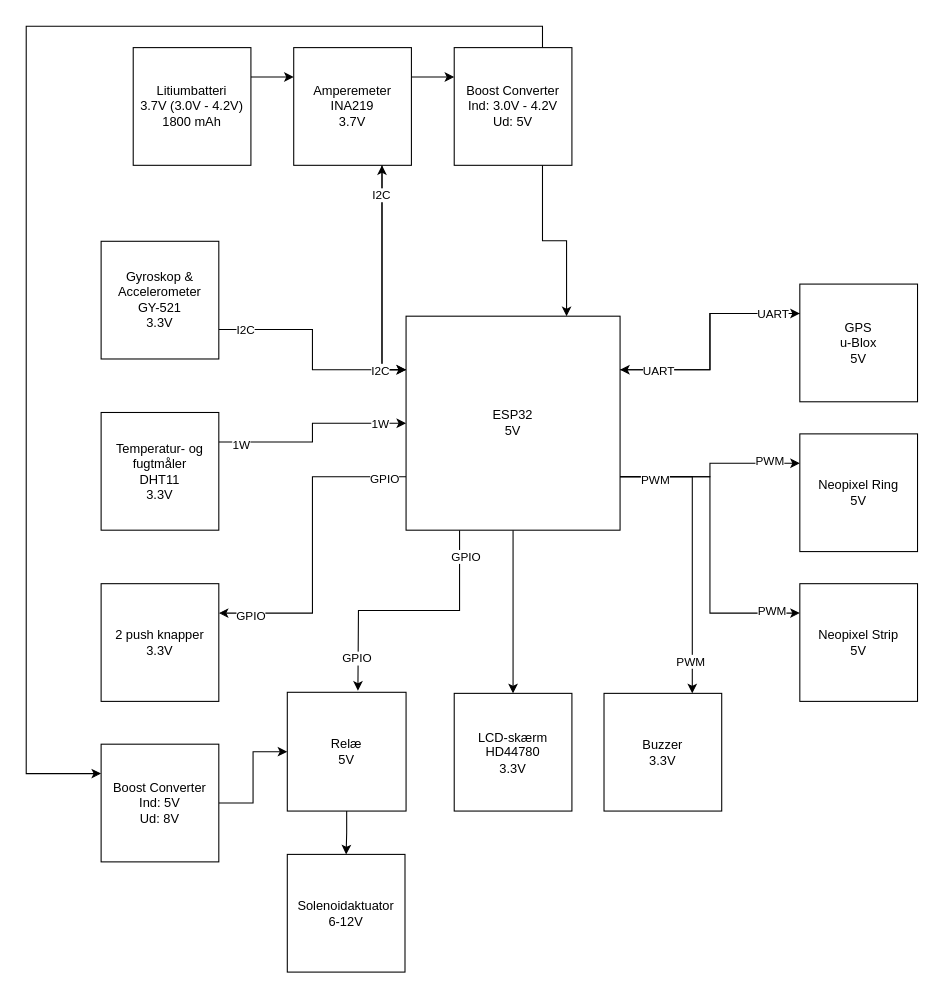
The draw.io diagram Blokdiagram/Blokdiagram.drawio in KEA-E24-B9-IOT1/E24-B9-IoT1, before the edit. Source tidied: cells renumbered, new cells numbered last; positions are measured from the earlier drawing's top-left corner, leaving out a move shared by most shapes. Both pictures are drawn from the tidied source at 107%, with x=0, y=0 at pixel (26, 26).
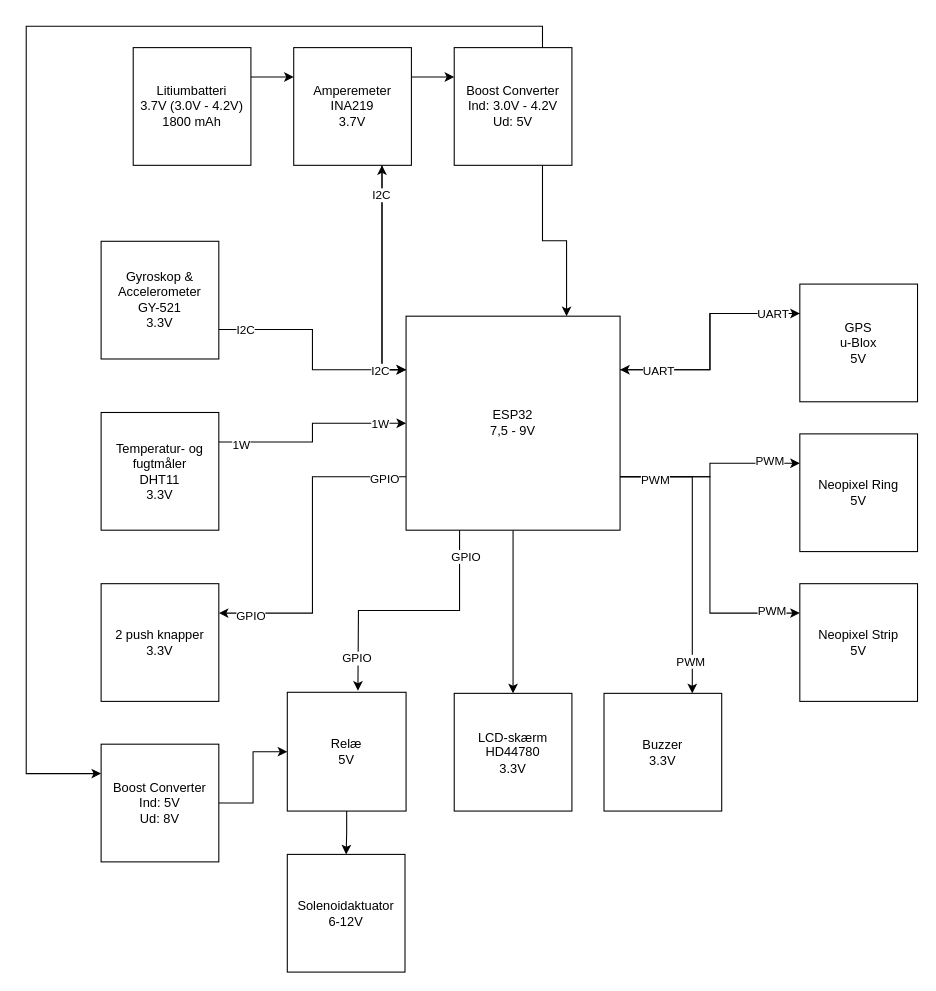
The same diagram, later.

Commit message:
Updated ESP32 voltage

The edit, as a diff of the source:
```diff
@@
-    <mxCell id="27" value="&lt;div&gt;ESP32&lt;/div&gt;&lt;div&gt;5V&lt;/div&gt;" style="whiteSpace=wrap;html=1;" parent="1" vertex="1">
+    <mxCell id="27" value="&lt;div&gt;ESP32&lt;/div&gt;&lt;div&gt;7,5 - 9&lt;span style=&quot;background-color: initial;&quot;&gt;V&lt;/span&gt;&lt;/div&gt;" style="whiteSpace=wrap;html=1;" parent="1" vertex="1">
       <mxGeometry x="355" y="271" width="200" height="200" as="geometry" />
     </mxCell>
```
